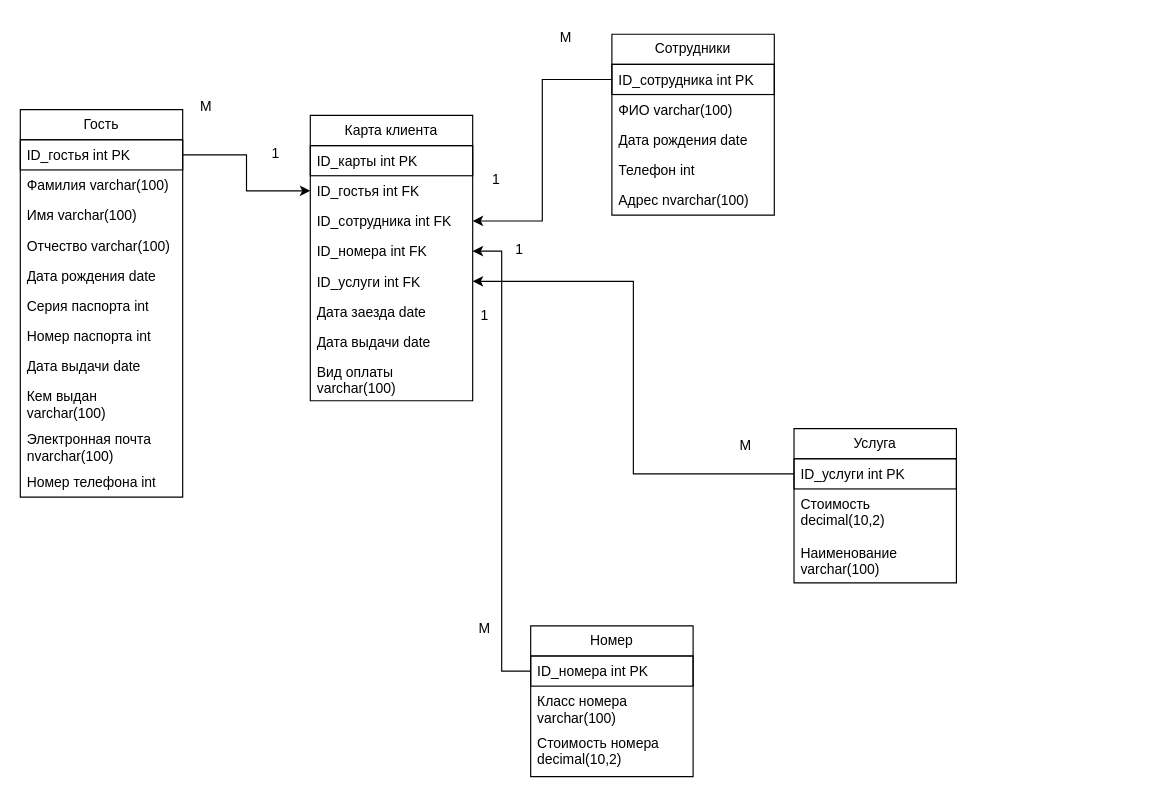
Before: Вариант2.drawio in Lemetist/ERD, a draw.io diagram. Source tidied: cells renumbered, new cells numbered last; positions are measured from the earlier drawing's top-left corner, leaving out a move shared by most shapes. Both pictures are drawn from the tidied source at 116%, with x=0, y=0 at pixel (20, 20).
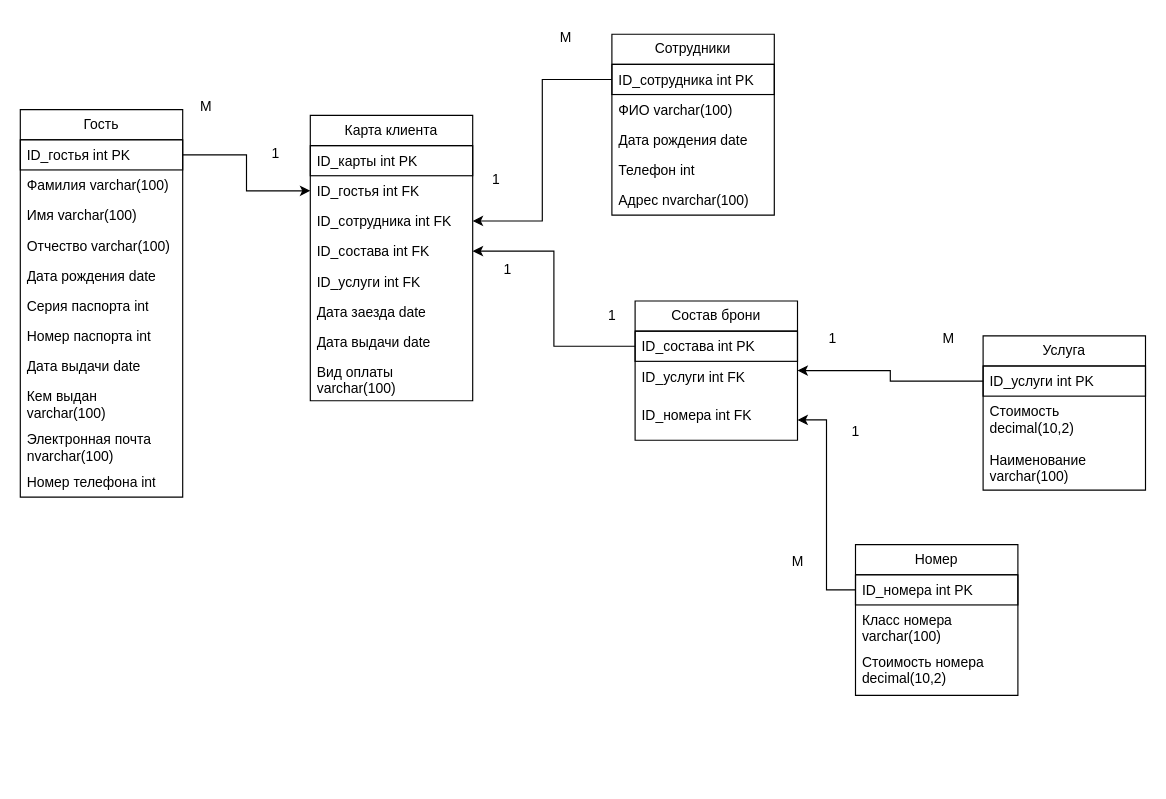
The same page after the edit.

The change refers to these unchanged cells:
```xml
<mxCell id="14" value="Карта клиента" style="swimlane;fontStyle=0;horizontal=1;startSize=26;fillColor=none;whiteSpace=wrap;html=1;" parent="1" vertex="1">
  <mxGeometry x="250" y="82" width="140" height="246" as="geometry" />
</mxCell>
<mxCell id="19" value="ID_услуги int FK" style="text;strokeColor=none;fillColor=none;align=left;verticalAlign=top;spacingLeft=4;spacingRight=4;overflow=hidden;points=[[0,0.5],[1,0.5]];portConstraint=eastwest;whiteSpace=wrap;html=1;" parent="14" vertex="1">
  <mxGeometry y="130" width="140" height="26" as="geometry" />
</mxCell>
<mxCell id="30" value="ID_номера int PK" style="text;strokeColor=default;fillColor=none;align=left;verticalAlign=top;spacingLeft=4;spacingRight=4;overflow=hidden;points=[[0,0.5],[1,0.5]];portConstraint=eastwest;whiteSpace=wrap;html=1;" parent="29" vertex="1">
  <mxGeometry y="26" width="140" height="26" as="geometry" />
</mxCell>
<mxCell id="34" value="ID_услуги int PK" style="text;strokeColor=default;fillColor=none;align=left;verticalAlign=top;spacingLeft=4;spacingRight=4;overflow=hidden;points=[[0,0.5],[1,0.5]];portConstraint=eastwest;whiteSpace=wrap;html=1;" parent="33" vertex="1">
  <mxGeometry y="26" width="140" height="26" as="geometry" />
</mxCell>
```

Diff of the diagram source:
```diff
@@
-    <mxCell id="18" value="ID_номера int FK" style="text;strokeColor=none;fillColor=none;align=left;verticalAlign=top;spacingLeft=4;spacingRight=4;overflow=hidden;points=[[0,0.5],[1,0.5]];portConstraint=eastwest;whiteSpace=wrap;html=1;" parent="14" vertex="1">
+    <mxCell id="18" value="ID_состава int FK" style="text;strokeColor=none;fillColor=none;align=left;verticalAlign=top;spacingLeft=4;spacingRight=4;overflow=hidden;points=[[0,0.5],[1,0.5]];portConstraint=eastwest;whiteSpace=wrap;html=1;" parent="14" vertex="1">
       <mxGeometry y="104" width="140" height="26" as="geometry" />
     </mxCell>
@@
     <mxCell id="29" value="Номер" style="swimlane;fontStyle=0;horizontal=1;startSize=26;fillColor=none;whiteSpace=wrap;html=1;" parent="1" vertex="1">
-      <mxGeometry x="440" y="522" width="140" height="130" as="geometry" />
+      <mxGeometry x="720" y="452" width="140" height="130" as="geometry" />
     </mxCell>
@@
     <mxCell id="33" value="Услуга" style="swimlane;fontStyle=0;horizontal=1;startSize=26;fillColor=none;whiteSpace=wrap;html=1;" parent="1" vertex="1">
-      <mxGeometry x="667" y="352" width="140" height="133" as="geometry" />
+      <mxGeometry x="830" y="272" width="140" height="133" as="geometry" />
     </mxCell>
@@
-    <mxCell id="38" style="edgeStyle=orthogonalEdgeStyle;rounded=0;jettySize=auto;html=1;exitX=0;exitY=0.5;exitDx=0;exitDy=0;" parent="1" edge="1" source="30" target="18">
-      <mxGeometry relative="1" as="geometry" />
-    </mxCell>
-    <mxCell id="39" style="edgeStyle=orthogonalEdgeStyle;rounded=0;jettySize=auto;html=1;exitX=0;exitY=0.5;exitDx=0;exitDy=0;" parent="1" edge="1" source="34" target="19">
-      <mxGeometry relative="1" as="geometry" />
-    </mxCell>
@@
-    <mxCell id="41" value="M" style="text;html=1;align=center;verticalAlign=middle;strokeColor=none;fillColor=none;" parent="1" vertex="1">
-      <mxGeometry x="385" y="510" width="30" height="30" as="geometry" />
-    </mxCell>
-    <mxCell id="42" value="M" style="text;html=1;align=center;verticalAlign=middle;strokeColor=none;fillColor=none;" parent="1" vertex="1">
-      <mxGeometry x="610" y="352" width="30" height="30" as="geometry" />
-    </mxCell>
@@
-    <mxCell id="46" value="1&lt;div&gt;&lt;br&gt;&lt;/div&gt;" style="text;html=1;align=center;verticalAlign=middle;strokeColor=none;fillColor=none;" parent="1" vertex="1">
-      <mxGeometry x="415" y="185" width="30" height="40" as="geometry" />
-    </mxCell>
-    <mxCell id="47" value="1" style="text;html=1;align=center;verticalAlign=middle;strokeColor=none;fillColor=none;" parent="1" vertex="1">
-      <mxGeometry x="385" y="240" width="30" height="30" as="geometry" />
-    </mxCell>
@@
+    <mxCell id="49" value="Состав брони" style="swimlane;fontStyle=0;horizontal=1;startSize=26;fillColor=none;whiteSpace=wrap;html=1;" parent="1" vertex="1">
+      <mxGeometry x="530" y="242" width="140" height="120" as="geometry" />
+    </mxCell>
+    <mxCell id="50" value="ID_состава int PK" style="text;strokeColor=default;fillColor=none;align=left;verticalAlign=top;spacingLeft=4;spacingRight=4;overflow=hidden;points=[[0,0.5],[1,0.5]];portConstraint=eastwest;whiteSpace=wrap;html=1;" parent="49" vertex="1">
+      <mxGeometry y="26" width="140" height="26" as="geometry" />
+    </mxCell>
+    <mxCell id="51" value="ID_услуги int FK" style="text;strokeColor=none;fillColor=none;align=left;verticalAlign=top;spacingLeft=4;spacingRight=4;overflow=hidden;whiteSpace=wrap;html=1;" parent="49" vertex="1">
+      <mxGeometry y="52" width="140" height="33" as="geometry" />
+    </mxCell>
+    <mxCell id="52" value="ID_номера int FK" style="text;strokeColor=none;fillColor=none;align=left;verticalAlign=top;spacingLeft=4;spacingRight=4;overflow=hidden;points=[[0,0.5],[1,0.5]];portConstraint=eastwest;whiteSpace=wrap;html=1;" parent="49" vertex="1">
+      <mxGeometry y="85" width="140" height="35" as="geometry" />
+    </mxCell>
+    <mxCell id="53" style="edgeStyle=orthogonalEdgeStyle;rounded=0;jettySize=auto;html=1;entryX=1;entryY=0.5;entryDx=0;entryDy=0;" parent="1" edge="1" source="34" target="49">
+      <mxGeometry relative="1" as="geometry" />
+    </mxCell>
+    <mxCell id="54" style="edgeStyle=orthogonalEdgeStyle;rounded=0;jettySize=auto;html=1;exitX=0;exitY=0.5;exitDx=0;exitDy=0;entryX=1;entryY=0.5;entryDx=0;entryDy=0;" parent="1" edge="1" source="30" target="52">
+      <mxGeometry relative="1" as="geometry" />
+    </mxCell>
+    <mxCell id="55" style="edgeStyle=orthogonalEdgeStyle;rounded=0;jettySize=auto;html=1;" parent="1" edge="1" source="50" target="18">
+      <mxGeometry relative="1" as="geometry" />
+    </mxCell>
+    <mxCell id="56" value="M" style="text;html=1;align=center;verticalAlign=middle;strokeColor=none;fillColor=none;" parent="1" vertex="1">
+      <mxGeometry x="785" y="260" width="30" height="30" as="geometry" />
+    </mxCell>
+    <mxCell id="57" value="M" style="text;html=1;align=center;verticalAlign=middle;strokeColor=none;fillColor=none;" parent="1" vertex="1">
+      <mxGeometry x="655" y="452" width="30" height="30" as="geometry" />
+    </mxCell>
+    <mxCell id="58" value="1" style="text;html=1;align=center;verticalAlign=middle;strokeColor=none;fillColor=none;" parent="1" vertex="1">
+      <mxGeometry x="685" y="260" width="30" height="30" as="geometry" />
+    </mxCell>
+    <mxCell id="59" value="1" style="text;html=1;align=center;verticalAlign=middle;strokeColor=none;fillColor=none;" parent="1" vertex="1">
+      <mxGeometry x="405" y="200" width="30" height="30" as="geometry" />
+    </mxCell>
+    <mxCell id="60" value="1" style="text;html=1;align=center;verticalAlign=middle;strokeColor=none;fillColor=none;" parent="1" vertex="1">
+      <mxGeometry x="495" y="240" width="30" height="30" as="geometry" />
+    </mxCell>
+    <mxCell id="61" value="1" style="text;html=1;align=center;verticalAlign=middle;strokeColor=none;fillColor=none;" parent="1" vertex="1">
+      <mxGeometry x="705" y="340" width="30" height="30" as="geometry" />
+    </mxCell>
```
